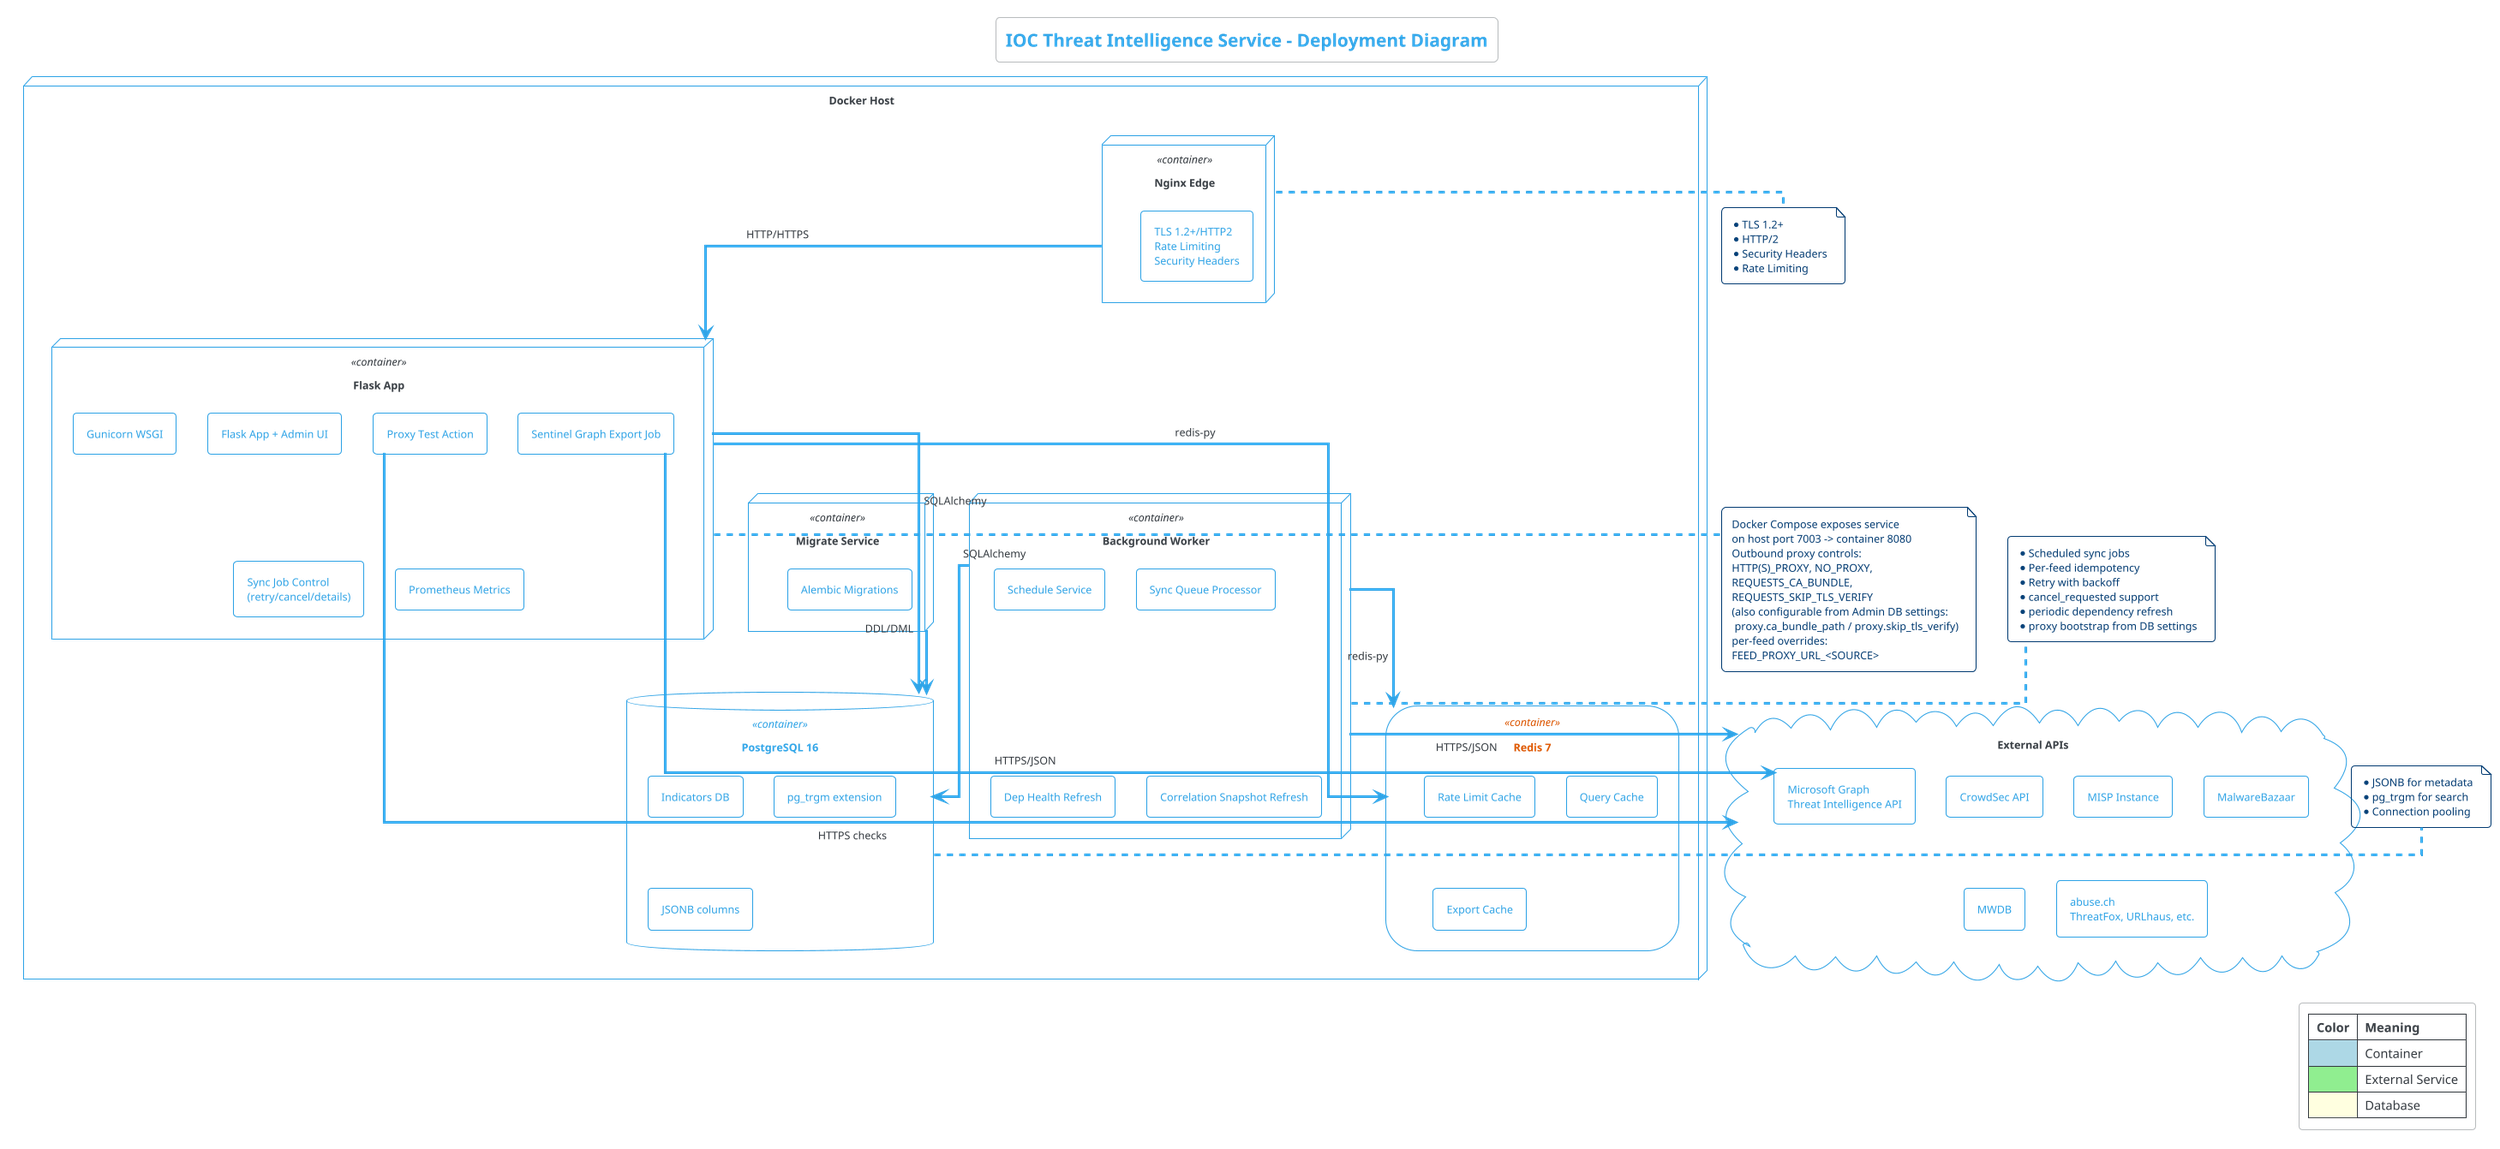
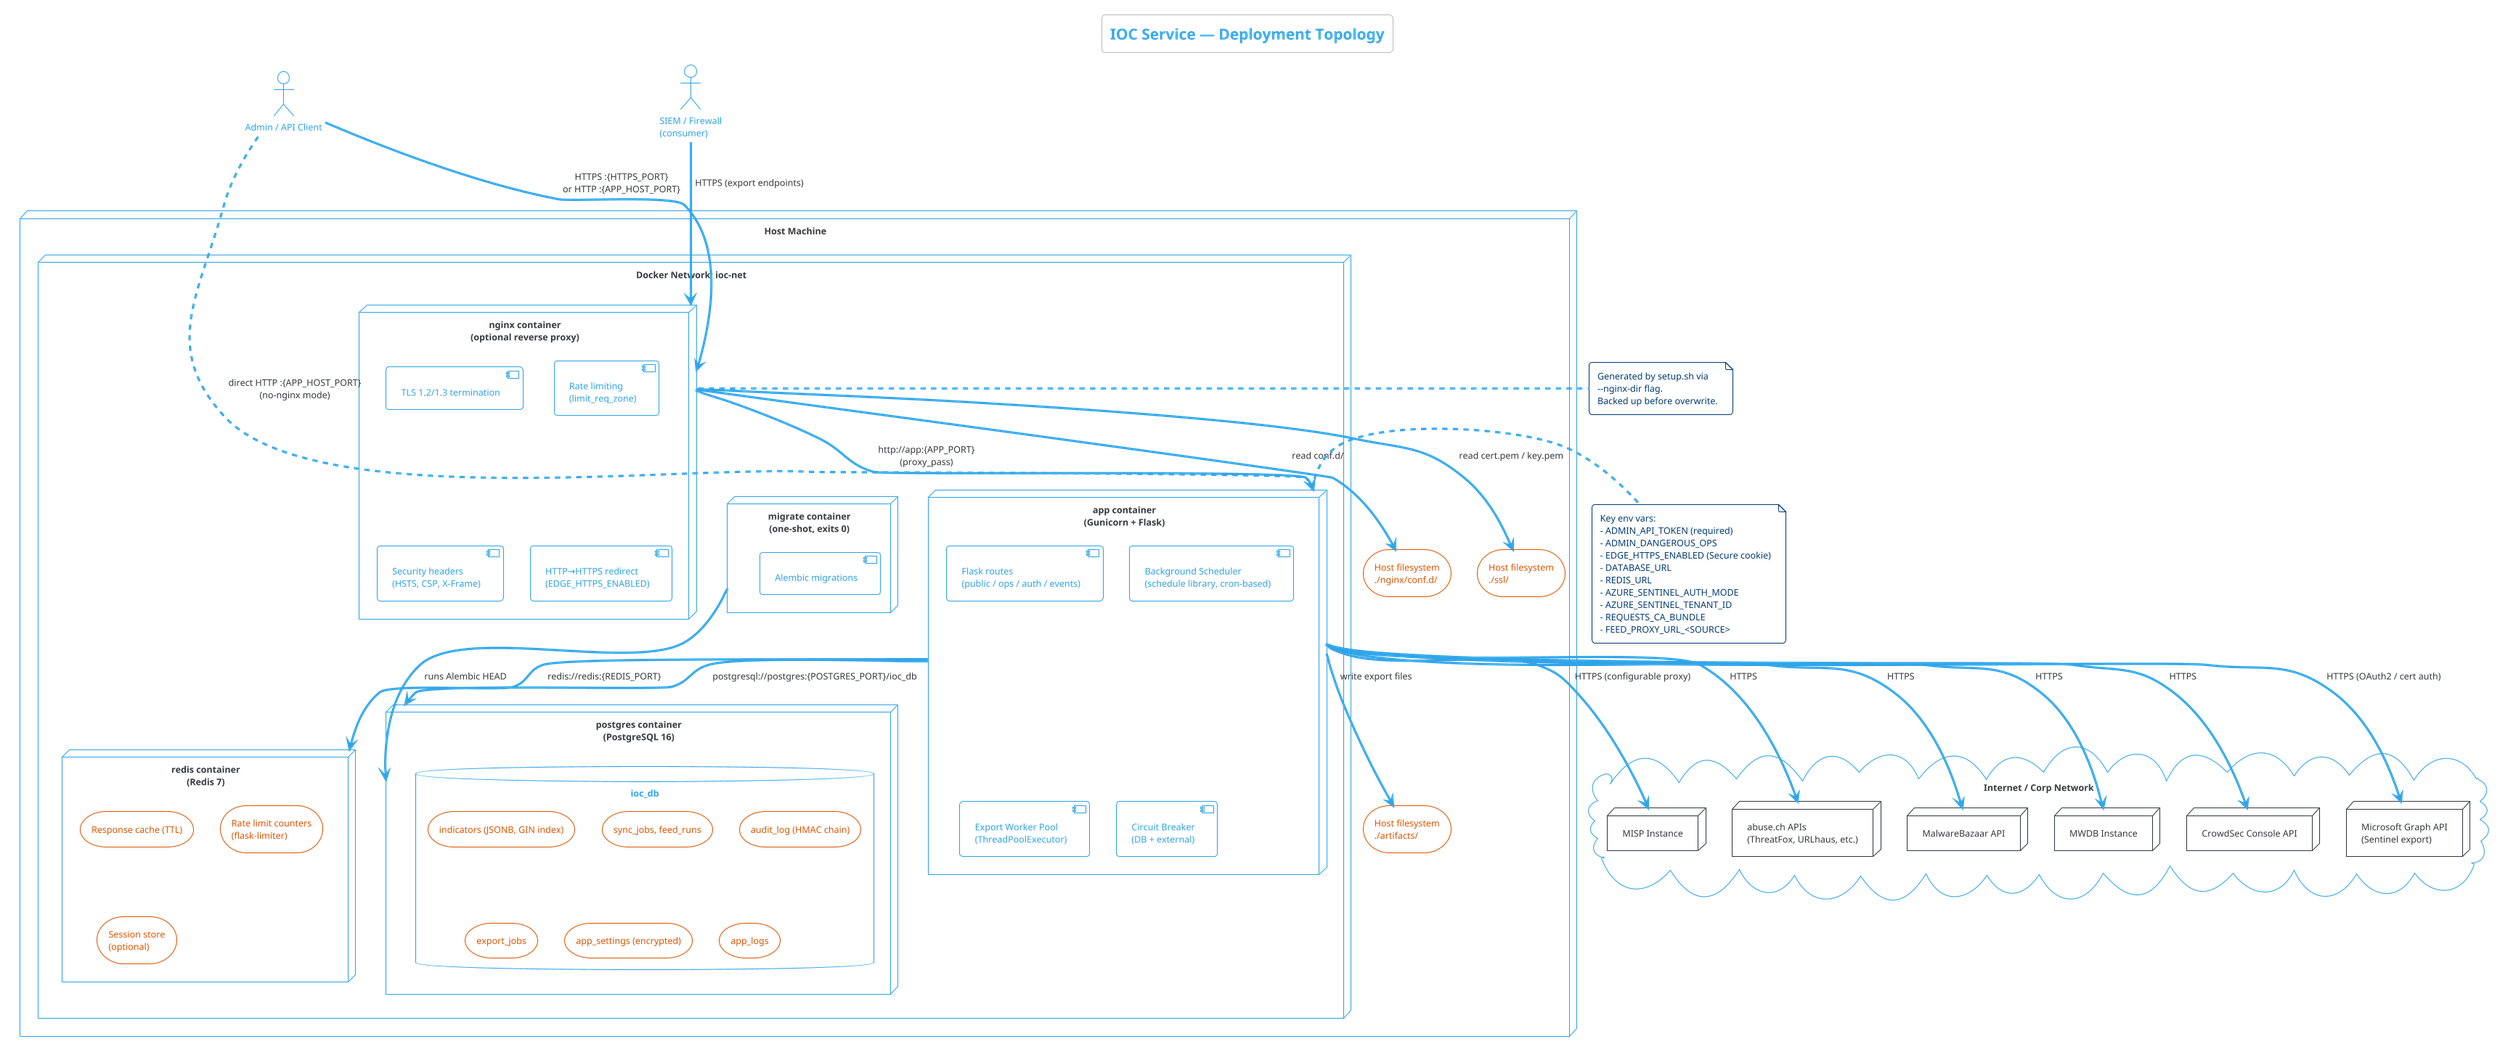
@startuml IOC_Service_Deployment
!theme cerulean-outline
- skinparam componentStyle rectangle
- skinparam linetype ortho

- title IOC Threat Intelligence Service - Deployment Diagram
+ title IOC Service — Deployment Topology

- node "Docker Host" as DockerHost {
+ node "Host Machine" as Host {
+     node "Docker Network: ioc-net" as DockerNet {

-     node "Nginx Edge" as Nginx <<container>> {
-         [TLS 1.2+/HTTP2\nRate Limiting\nSecurity Headers] as TLSEdge
+         node "nginx container\n(optional reverse proxy)" as Nginx {
+             component "TLS 1.2/1.3 termination" as TLS
+             component "Rate limiting\n(limit_req_zone)" as RateLimit
+             component "Security headers\n(HSTS, CSP, X-Frame)" as SecHeaders
+             component "HTTP→HTTPS redirect\n(EDGE_HTTPS_ENABLED)" as HttpsRedir
+         }
+ 
+         node "app container\n(Gunicorn + Flask)" as App {
+             component "Flask routes\n(public / ops / auth / events)" as Routes
+             component "Background Scheduler\n(schedule library, cron-based)" as Sched
+             component "Export Worker Pool\n(ThreadPoolExecutor)" as Workers
+             component "Circuit Breaker\n(DB + external)" as CB
+         }
+ 
+         node "migrate container\n(one-shot, exits 0)" as Migrate {
+             component "Alembic migrations" as Alembic
+         }
+ 
+         node "postgres container\n(PostgreSQL 16)" as Postgres {
+             database "ioc_db" as DB {
+                 storage "indicators (JSONB, GIN index)" as Ind
+                 storage "sync_jobs, feed_runs" as Jobs
+                 storage "audit_log (HMAC chain)" as Audit
+                 storage "export_jobs" as Exports
+                 storage "app_settings (encrypted)" as Settings
+                 storage "app_logs" as Logs
+             }
+         }
+ 
+         node "redis container\n(Redis 7)" as Redis {
+             storage "Response cache (TTL)" as Cache
+             storage "Rate limit counters\n(flask-limiter)" as RLCounters
+             storage "Session store\n(optional)" as Sessions
+         }
    }

-     node "Flask App" as App <<container>> {
-         [Gunicorn WSGI] as Gunicorn
-         [Flask App + Admin UI] as Flask
-         [Sync Job Control\n(retry/cancel/details)] as JobCtrl
-         [Proxy Test Action] as ProxyTest
-         [Sentinel Graph Export Job] as SentinelJob
-         [Prometheus Metrics] as Metrics
-     }
- 
-     node "Background Worker" as Worker <<container>> {
-         [Schedule Service] as Scheduler
-         [Sync Queue Processor] as Processor
-         [Dep Health Refresh] as DepRefresh
-         [Correlation Snapshot Refresh] as CorrRefresh
-     }
- 
-     database "PostgreSQL 16" as Postgres <<container>> {
-         [Indicators DB] as IndicatorsDB
-         [pg_trgm extension] as Trgm
-         [JSONB columns] as JSONB
-     }
- 
-     storage "Redis 7" as Redis <<container>> {
-         [Rate Limit Cache] as RateLimit
-         [Query Cache] as QueryCache
-         [Export Cache] as ExportCache
-     }
- 
-     node "Migrate Service" as Migrate <<container>> {
-         [Alembic Migrations] as Alembic
-     }
+     storage "Host filesystem\n./artifacts/" as Artifacts
+     storage "Host filesystem\n./nginx/conf.d/" as NginxConf
+     storage "Host filesystem\n./ssl/" as SSL
}

- cloud "External APIs" as External {
-     [CrowdSec API] as CrowdSec
-     [MISP Instance] as MISP
-     [MalwareBazaar] as Bazaar
-     [MWDB] as MWDB
-     [abuse.ch\nThreatFox, URLhaus, etc.] as AbuseCh
-     [Microsoft Graph\nThreat Intelligence API] as GraphAPI
+ cloud "Internet / Corp Network" as Internet {
+     node "MISP Instance" as MISP
+     node "abuse.ch APIs\n(ThreatFox, URLhaus, etc.)" as AbuseCh
+     node "MalwareBazaar API" as MBazaar
+     node "MWDB Instance" as MWDB
+     node "CrowdSec Console API" as CrowdSec
+     node "Microsoft Graph API\n(Sentinel export)" as Graph
}

- ' Connections
- Nginx --> App : HTTP/HTTPS
- App --> Postgres : SQLAlchemy
- App --> Redis : redis-py
- ProxyTest --> External : HTTPS checks
- SentinelJob --> GraphAPI : HTTPS/JSON
- Worker --> Postgres : SQLAlchemy
- Worker --> Redis : redis-py
- Worker --> External : HTTPS/JSON
- Migrate --> Postgres : DDL/DML
+ actor "Admin / API Client" as Admin
+ actor "SIEM / Firewall\n(consumer)" as SIEM

- ' Notes
- note right of Nginx
-   * TLS 1.2+
-   * HTTP/2
-   * Security Headers
-   * Rate Limiting
+ ' External connections
+ Admin --> Nginx : HTTPS :{HTTPS_PORT}\nor HTTP :{APP_HOST_PORT}
+ SIEM --> Nginx : HTTPS (export endpoints)
+ Admin -[dashed]-> App : direct HTTP :{APP_HOST_PORT}\n(no-nginx mode)
+ 
+ ' Internal Docker network
+ Nginx --> App : http://app:{APP_PORT}\n(proxy_pass)
+ App --> Postgres : postgresql://postgres:{POSTGRES_PORT}/ioc_db
+ App --> Redis : redis://redis:{REDIS_PORT}
+ Migrate --> Postgres : runs Alembic HEAD
+ 
+ ' External feed connections (outbound)
+ App --> MISP : HTTPS (configurable proxy)
+ App --> AbuseCh : HTTPS
+ App --> MBazaar : HTTPS
+ App --> MWDB : HTTPS
+ App --> CrowdSec : HTTPS
+ App --> Graph : HTTPS (OAuth2 / cert auth)
+ 
+ ' Filesystem mounts
+ App --> Artifacts : write export files
+ Nginx --> NginxConf : read conf.d/
+ Nginx --> SSL : read cert.pem / key.pem
+ 
+ note right of App
+   Key env vars:
+   - ADMIN_API_TOKEN (required)
+   - ADMIN_DANGEROUS_OPS
+   - EDGE_HTTPS_ENABLED (Secure cookie)
+   - DATABASE_URL
+   - REDIS_URL
+   - AZURE_SENTINEL_AUTH_MODE
+   - AZURE_SENTINEL_TENANT_ID
+   - REQUESTS_CA_BUNDLE
+   - FEED_PROXY_URL_<SOURCE>
end note

- note right of Postgres
-   * JSONB for metadata
-   * pg_trgm for search
-   * Connection pooling
+ note right of Nginx
+   Generated by setup.sh via
+   --nginx-dir flag.
+   Backed up before overwrite.
end note

- note right of Worker
-   * Scheduled sync jobs
-   * Per-feed idempotency
-   * Retry with backoff
-   * cancel_requested support
-   * periodic dependency refresh
-   * proxy bootstrap from DB settings
- end note
- 
- note bottom of App
-   Docker Compose exposes service
-   on host port 7003 -> container 8080
-   Outbound proxy controls:
-   HTTP(S)_PROXY, NO_PROXY,
-   REQUESTS_CA_BUNDLE,
-   REQUESTS_SKIP_TLS_VERIFY
-   (also configurable from Admin DB settings:
-    proxy.ca_bundle_path / proxy.skip_tls_verify)
-   per-feed overrides:
-   FEED_PROXY_URL_<SOURCE>
- end note
- 
- legend right
-   |= Color |= Meaning |
-   | <#LightBlue> | Container |
-   | <#LightGreen> | External Service |
-   | <#LightYellow> | Database |
- endlegend
- 
@enduml
